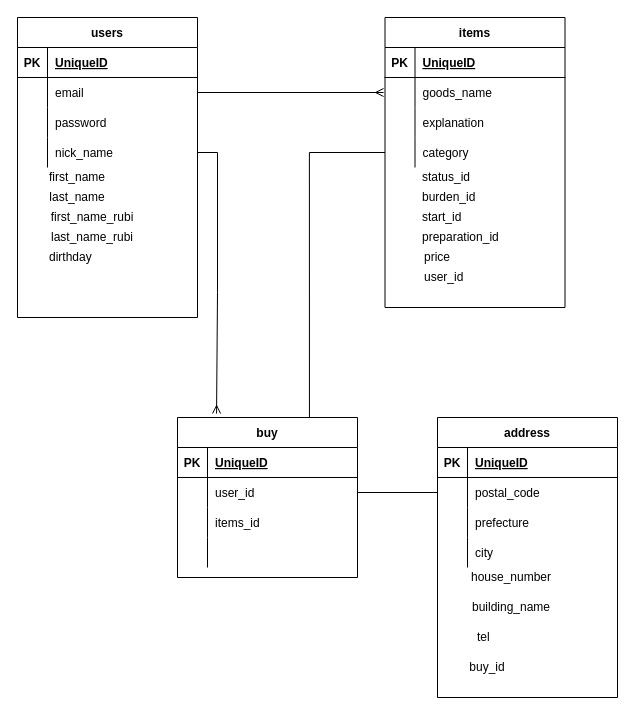
Before: tesuto.dio in 95mao/furima-34801, a draw.io diagram. Source tidied: cells renumbered, new cells numbered last; positions are measured from the earlier drawing's top-left corner, leaving out a move shared by most shapes. Both pictures are drawn from the tidied source at 100%, with x=0, y=0 at pixel (17, 17).
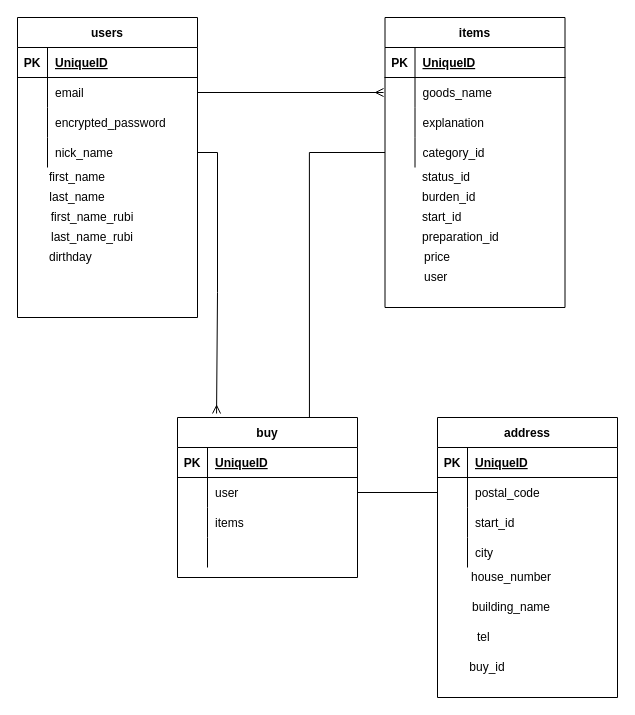
Above is the later version.

Commit message:
データベース修正５

Unchanged cells that the change refers to:
```xml
<mxCell id="9" style="shape=partialRectangle;fillColor=none;top=0;left=0;bottom=0;right=0;" parent="2" vertex="1">
  <mxGeometry y="90" width="180" height="30" as="geometry" />
</mxCell>
<mxCell id="29" style="shape=partialRectangle;fillColor=none;top=0;left=0;bottom=0;right=0;points=[[0,0.5],[1,0.5]];portConstraint=eastwest;" parent="19" vertex="1">
  <mxGeometry y="120" width="180" height="30" as="geometry" />
</mxCell>
<mxCell id="41" style="shape=partialRectangle;fillColor=none;top=0;left=0;bottom=0;right=0;points=[[0,0.5],[1,0.5]];portConstraint=eastwest;" parent="37" vertex="1">
  <mxGeometry y="60" width="180" height="30" as="geometry" />
</mxCell>
<mxCell id="44" style="shape=partialRectangle;fillColor=none;top=0;left=0;bottom=0;right=0;" parent="37" vertex="1">
  <mxGeometry y="90" width="180" height="30" as="geometry" />
</mxCell>
<mxCell id="57" style="shape=partialRectangle;fillColor=none;top=0;left=0;bottom=0;right=0;" parent="50" vertex="1">
  <mxGeometry y="90" width="180" height="30" as="geometry" />
</mxCell>
```

Change to the diagram source:
```diff
@@
-    <mxCell id="11" value="password" style="shape=partialRectangle;fillColor=none;top=0;left=0;bottom=0;right=0;align=left;spacingLeft=6;overflow=hidden;" parent="9" vertex="1">
+    <mxCell id="11" value="encrypted_password" style="shape=partialRectangle;fillColor=none;top=0;left=0;bottom=0;right=0;align=left;spacingLeft=6;overflow=hidden;" parent="9" vertex="1">
       <mxGeometry x="30" width="150" height="30" as="geometry" />
     </mxCell>
@@
-    <mxCell id="31" value="category" style="shape=partialRectangle;fillColor=none;top=0;left=0;bottom=0;right=0;align=left;spacingLeft=6;overflow=hidden;" parent="29" vertex="1">
+    <mxCell id="31" value="category_id" style="shape=partialRectangle;fillColor=none;top=0;left=0;bottom=0;right=0;align=left;spacingLeft=6;overflow=hidden;" parent="29" vertex="1">
       <mxGeometry x="30" width="150" height="30" as="geometry" />
     </mxCell>
@@
-    <mxCell id="43" value="user_id" style="shape=partialRectangle;fillColor=none;top=0;left=0;bottom=0;right=0;align=left;spacingLeft=6;overflow=hidden;" parent="41" vertex="1">
+    <mxCell id="43" value="user" style="shape=partialRectangle;fillColor=none;top=0;left=0;bottom=0;right=0;align=left;spacingLeft=6;overflow=hidden;" parent="41" vertex="1">
       <mxGeometry x="30" width="150" height="30" as="geometry" />
     </mxCell>
@@
-    <mxCell id="46" value="items_id" style="shape=partialRectangle;fillColor=none;top=0;left=0;bottom=0;right=0;align=left;spacingLeft=6;overflow=hidden;" parent="44" vertex="1">
+    <mxCell id="46" value="items" style="shape=partialRectangle;fillColor=none;top=0;left=0;bottom=0;right=0;align=left;spacingLeft=6;overflow=hidden;" parent="44" vertex="1">
       <mxGeometry x="30" width="150" height="30" as="geometry" />
     </mxCell>
@@
-    <mxCell id="59" value="prefecture" style="shape=partialRectangle;fillColor=none;top=0;left=0;bottom=0;right=0;align=left;spacingLeft=6;overflow=hidden;" parent="57" vertex="1">
+    <mxCell id="59" value="start_id" style="shape=partialRectangle;fillColor=none;top=0;left=0;bottom=0;right=0;align=left;spacingLeft=6;overflow=hidden;" parent="57" vertex="1">
       <mxGeometry x="30" width="150" height="30" as="geometry" />
     </mxCell>
@@
-    <mxCell id="67" value="user_id" style="text;html=1;strokeColor=none;fillColor=none;align=left;verticalAlign=middle;whiteSpace=wrap;rounded=0;" parent="1" vertex="1">
+    <mxCell id="67" value="user" style="text;html=1;strokeColor=none;fillColor=none;align=left;verticalAlign=middle;whiteSpace=wrap;rounded=0;" parent="1" vertex="1">
       <mxGeometry x="405" y="250" width="40" height="20" as="geometry" />
     </mxCell>
```
